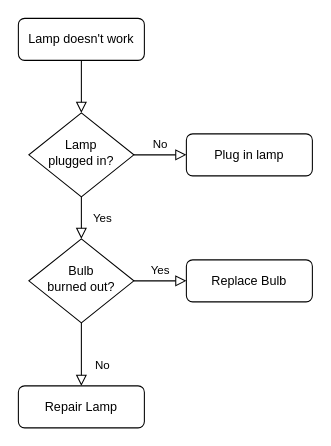
Earlier version of the draw.io diagram Diagramme sans nom.drawio (Loannrzz/Loannrzz). Source tidied: cells renumbered, new cells numbered last; positions are measured from the earlier drawing's top-left corner, leaving out a move shared by most shapes. Both pictures are drawn from the tidied source at 105%, with x=0, y=0 at pixel (18, 18).
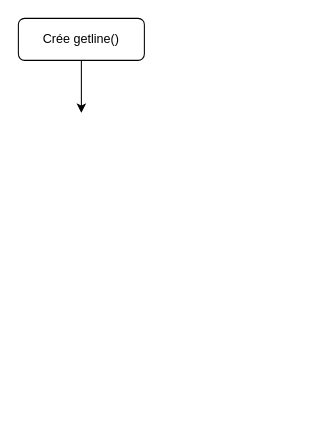
The same page after the edit.

Commit message (it also covers changes not shown here):
Mettre à jour Diagramme sans nom.drawio

What changed in the source:
```diff
@@
 <mxGraphModel>
   <root>
     <mxCell id="0" />
     <mxCell id="1" parent="0" />
-    <mxCell id="2" style="rounded=0;html=1;jettySize=auto;fontSize=11;endArrow=block;endFill=0;endSize=8;strokeWidth=1;shadow=0;labelBackgroundColor=none;edgeStyle=orthogonalEdgeStyle;" parent="1" edge="1" source="3" target="6">
-      <mxGeometry relative="1" as="geometry" />
-    </mxCell>
+    <mxCell id="13" style="edgeStyle=orthogonalEdgeStyle;rounded=0;jettySize=auto;html=1;" parent="1" edge="1" source="3">
+      <mxGeometry relative="1" as="geometry">
+        <mxPoint x="60" y="90" as="targetPoint" />
+      </mxGeometry>
+    </mxCell>
-    <mxCell id="3" value="Lamp doesn't work" style="rounded=1;whiteSpace=wrap;html=1;fontSize=12;glass=0;strokeWidth=1;shadow=0;" parent="1" vertex="1">
+    <mxCell id="3" value="Crée getline()" style="rounded=1;whiteSpace=wrap;html=1;fontSize=12;glass=0;strokeWidth=1;shadow=0;" parent="1" vertex="1">
       <mxGeometry width="120" height="40" as="geometry" />
     </mxCell>
-    <mxCell id="4" value="Yes" style="rounded=0;html=1;jettySize=auto;fontSize=11;endArrow=block;endFill=0;endSize=8;strokeWidth=1;shadow=0;labelBackgroundColor=none;edgeStyle=orthogonalEdgeStyle;" parent="1" edge="1" source="6" target="10">
-      <mxGeometry y="20" relative="1" as="geometry" />
-    </mxCell>
-    <mxCell id="5" value="No" style="edgeStyle=orthogonalEdgeStyle;rounded=0;html=1;jettySize=auto;fontSize=11;endArrow=block;endFill=0;endSize=8;strokeWidth=1;shadow=0;labelBackgroundColor=none;" parent="1" edge="1" source="6" target="7">
-      <mxGeometry y="10" relative="1" as="geometry" />
-    </mxCell>
-    <mxCell id="6" value="Lamp&lt;br&gt;plugged in?" style="rhombus;whiteSpace=wrap;html=1;shadow=0;fontFamily=Helvetica;fontSize=12;align=center;strokeWidth=1;spacing=6;spacingTop=-4;" parent="1" vertex="1">
-      <mxGeometry x="10" y="90" width="100" height="80" as="geometry" />
-    </mxCell>
-    <mxCell id="7" value="Plug in lamp" style="rounded=1;whiteSpace=wrap;html=1;fontSize=12;glass=0;strokeWidth=1;shadow=0;" parent="1" vertex="1">
-      <mxGeometry x="160" y="110" width="120" height="40" as="geometry" />
-    </mxCell>
-    <mxCell id="8" value="No" style="rounded=0;html=1;jettySize=auto;fontSize=11;endArrow=block;endFill=0;endSize=8;strokeWidth=1;shadow=0;labelBackgroundColor=none;edgeStyle=orthogonalEdgeStyle;" parent="1" edge="1" source="10" target="11">
-      <mxGeometry x="0.33" y="20" relative="1" as="geometry" />
-    </mxCell>
-    <mxCell id="9" value="Yes" style="edgeStyle=orthogonalEdgeStyle;rounded=0;html=1;jettySize=auto;fontSize=11;endArrow=block;endFill=0;endSize=8;strokeWidth=1;shadow=0;labelBackgroundColor=none;" parent="1" edge="1" source="10" target="12">
-      <mxGeometry y="10" relative="1" as="geometry" />
-    </mxCell>
-    <mxCell id="10" value="Bulb&lt;br&gt;burned out?" style="rhombus;whiteSpace=wrap;html=1;shadow=0;fontFamily=Helvetica;fontSize=12;align=center;strokeWidth=1;spacing=6;spacingTop=-4;" parent="1" vertex="1">
-      <mxGeometry x="10" y="210" width="100" height="80" as="geometry" />
-    </mxCell>
-    <mxCell id="11" value="Repair Lamp" style="rounded=1;whiteSpace=wrap;html=1;fontSize=12;glass=0;strokeWidth=1;shadow=0;" parent="1" vertex="1">
-      <mxGeometry y="350" width="120" height="40" as="geometry" />
-    </mxCell>
-    <mxCell id="12" value="Replace Bulb" style="rounded=1;whiteSpace=wrap;html=1;fontSize=12;glass=0;strokeWidth=1;shadow=0;" parent="1" vertex="1">
-      <mxGeometry x="160" y="230" width="120" height="40" as="geometry" />
-    </mxCell>
   </root>
 </mxGraphModel>
```
